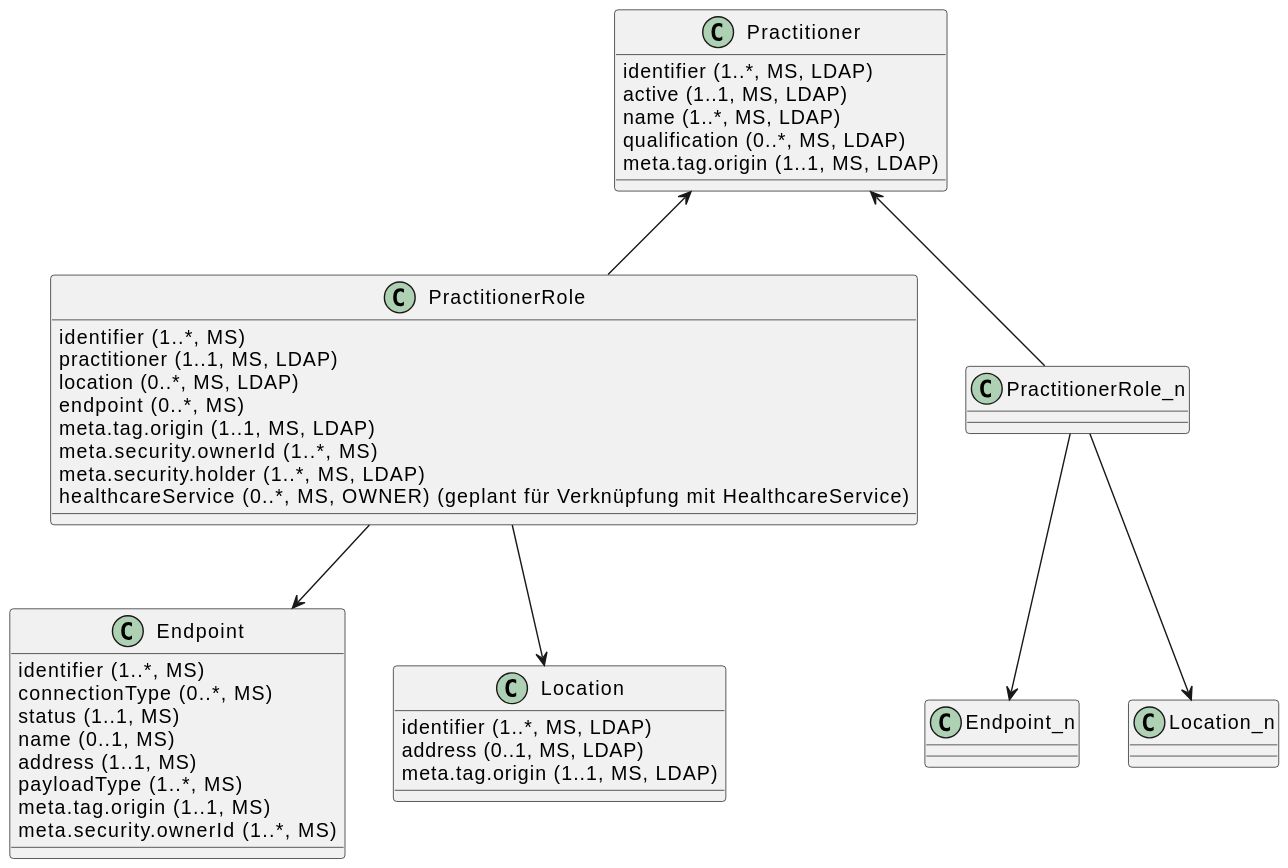
gematik/api-vzd keeps this PlantUML diagram as images/diagrams/ClassDiagram.PractitionerDirectory.svg. Above is the earlier version. Source of this version:
```plantuml
@startuml

class Practitioner {
  {field} identifier (1..*, MS, LDAP)
  {field} active (1..1, MS, LDAP)
  {field} name (1..*, MS, LDAP)
  {field} qualification (0..*, MS, LDAP)
  {field} meta.tag.origin (1..1, MS, LDAP)
}

class PractitionerRole {
  {field} identifier (1..*, MS)
  {field} practitioner (1..1, MS, LDAP)
  {field} location (0..*, MS, LDAP)
  {field} endpoint (0..*, MS)
  {field} meta.tag.origin (1..1, MS, LDAP)
  {field} meta.security.ownerId (1..*, MS)
  {field} meta.security.holder (1..*, MS, LDAP)
  {field} healthcareService (0..*, MS, OWNER) (geplant für Verknüpfung mit HealthcareService)
}

class Endpoint {
  {field} identifier (1..*, MS)
  {field} connectionType (0..*, MS)
  {field} status (1..1, MS)
  {field} name (0..1, MS)
  {field} address (1..1, MS)
  {field} payloadType (1..*, MS)
  {field} meta.tag.origin (1..1, MS)
  {field} meta.security.ownerId (1..*, MS)
}
class Location {
  {field} identifier (1..*, MS, LDAP)
  {field} address (0..1, MS, LDAP)
  {field} meta.tag.origin (1..1, MS, LDAP)
}

Practitioner <-- PractitionerRole
PractitionerRole --> Endpoint
PractitionerRole --> Location

Practitioner <-- PractitionerRole_n
PractitionerRole_n  --> Endpoint_n
PractitionerRole_n  --> Location_n
@enduml
```
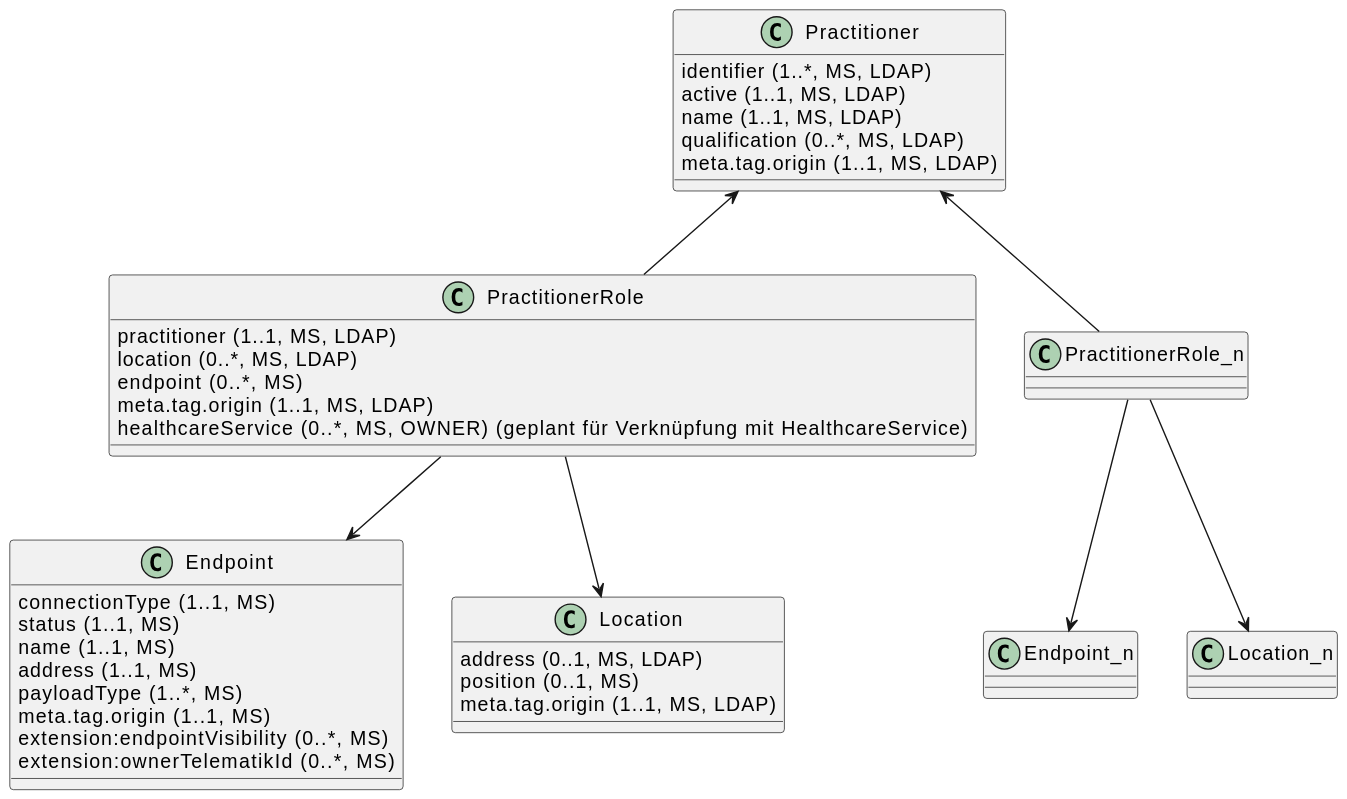
Above is the later version.

What changed in the source:
```diff
@@ -3,35 +3,32 @@
 class Practitioner {
   {field} identifier (1..*, MS, LDAP)
   {field} active (1..1, MS, LDAP)
-  {field} name (1..*, MS, LDAP)
+  {field} name (1..1, MS, LDAP)
   {field} qualification (0..*, MS, LDAP)
   {field} meta.tag.origin (1..1, MS, LDAP)
 }
 
 class PractitionerRole {
-  {field} identifier (1..*, MS)
   {field} practitioner (1..1, MS, LDAP)
   {field} location (0..*, MS, LDAP)
   {field} endpoint (0..*, MS)
   {field} meta.tag.origin (1..1, MS, LDAP)
-  {field} meta.security.ownerId (1..*, MS)
-  {field} meta.security.holder (1..*, MS, LDAP)
   {field} healthcareService (0..*, MS, OWNER) (geplant für Verknüpfung mit HealthcareService)
 }
 
 class Endpoint {
-  {field} identifier (1..*, MS)
-  {field} connectionType (0..*, MS)
+  {field} connectionType (1..1, MS)
   {field} status (1..1, MS)
-  {field} name (0..1, MS)
+  {field} name (1..1, MS)
   {field} address (1..1, MS)
   {field} payloadType (1..*, MS)
   {field} meta.tag.origin (1..1, MS)
-  {field} meta.security.ownerId (1..*, MS)
+  {field} extension:endpointVisibility (0..*, MS)
+  {field} extension:ownerTelematikId (0..*, MS)
 }
 class Location {
-  {field} identifier (1..*, MS, LDAP)
   {field} address (0..1, MS, LDAP)
+  {field} position (0..1, MS)
   {field} meta.tag.origin (1..1, MS, LDAP)
 }
 
```
